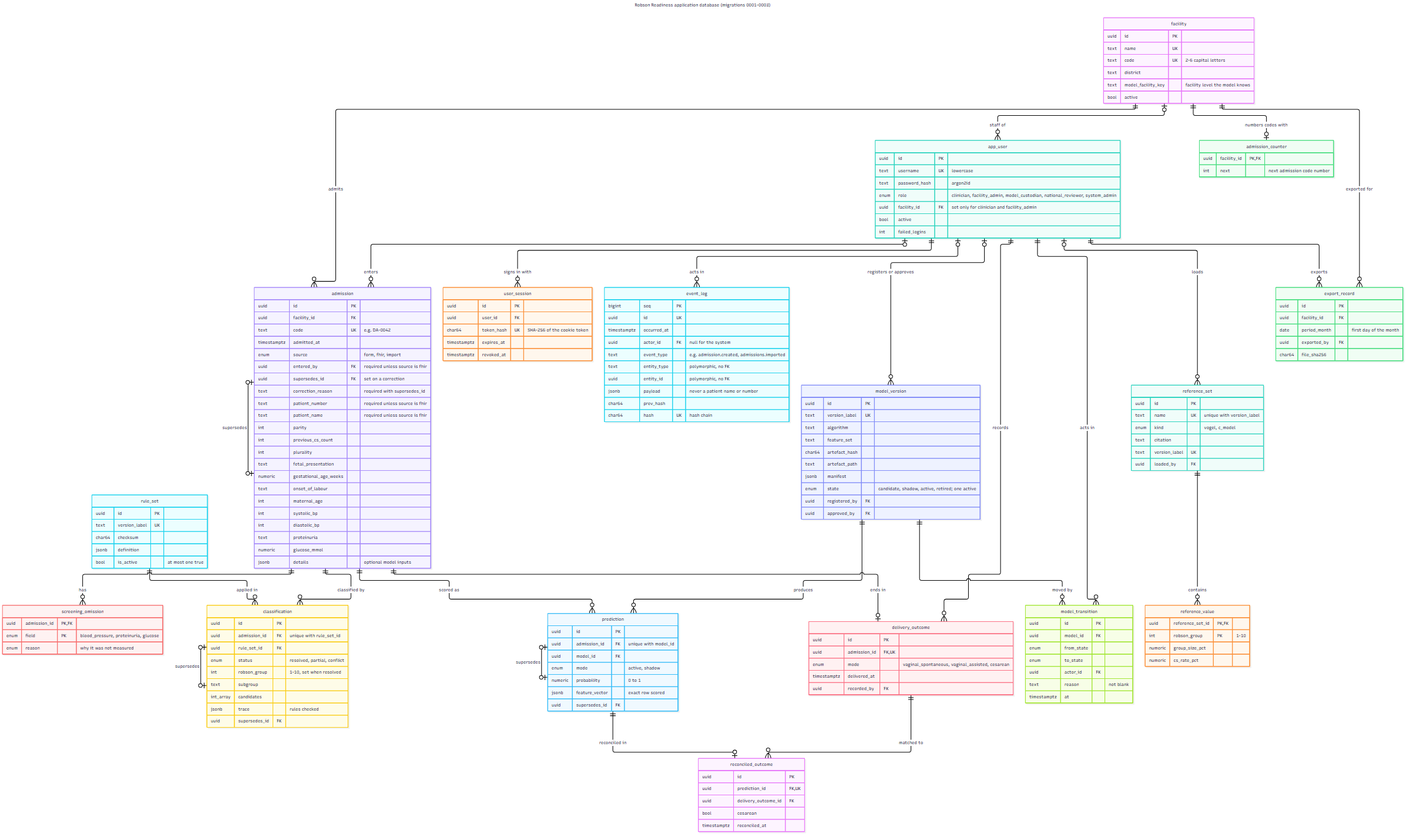
Before: docs/diagrams/erd.png, a diagram exported from Mermaid (icyeza/robby). Its source is kept beside it as docs/diagrams/erd.mmd.
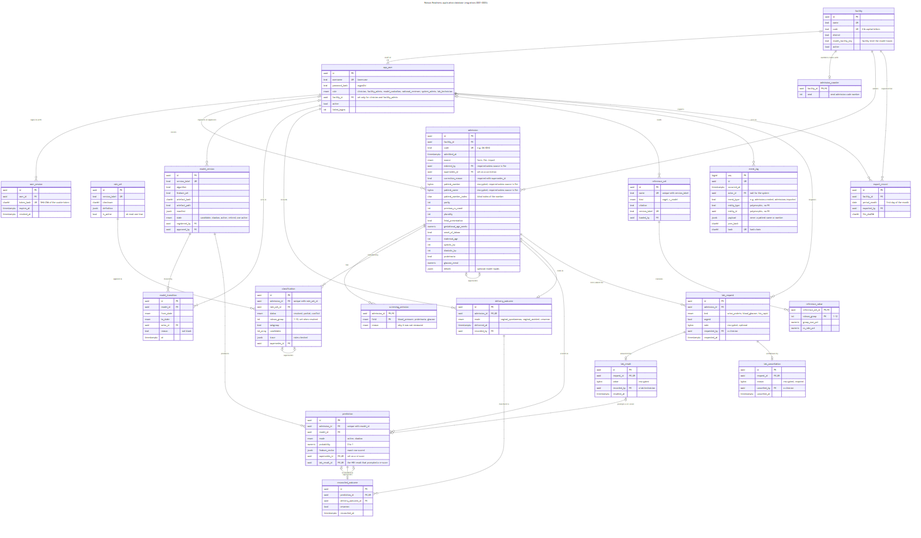
The same file after the commit.

Commit message:
docs: ERD with the lab request tables (migrations up to 0008)

The edit, as a diff of the source:
```diff
@@ -1,5 +1,5 @@
 ---
-title: Robson Readiness application database (migrations 0001-0003)
+title: Robson Readiness application database (migrations 0001-0008)
 ---
 erDiagram
     facility {
@@ -14,7 +14,7 @@
         uuid id PK
         text username UK "lowercase"
         text password_hash "argon2id"
-        enum role "clinician, facility_admin, model_custodian, national_reviewer, system_admin"
+        enum role "clinician, facility_admin, model_custodian, national_reviewer, system_admin, lab_technician"
         uuid facility_id FK "set only for clinician and facility_admin"
         bool active
         int failed_logins
@@ -46,8 +46,9 @@
         uuid entered_by FK "required unless source is fhir"
         uuid supersedes_id FK "set on a correction"
         text correction_reason "required with supersedes_id"
-        text patient_number "required unless source is fhir"
-        text patient_name "required unless source is fhir"
+        bytea patient_number "encrypted; required unless source is fhir"
+        bytea patient_name "encrypted; required unless source is fhir"
+        char patient_number_index "blind index of the number"
         int parity
         int previous_cs_count
         int plurality
@@ -105,7 +106,8 @@
         enum mode "active, shadow"
         numeric probability "0 to 1"
         jsonb feature_vector "exact row scored"
-        uuid supersedes_id FK
+        uuid supersedes_id FK, UK "set on a re-score"
+        uuid lab_result_id FK, UK "the HIV result that prompted a re-score"
     }
     delivery_outcome {
         uuid id PK
@@ -147,6 +149,29 @@
         char64 prev_hash
         char64 hash UK "hash chain"
     }
+    lab_request {
+        uuid id PK
+        uuid admission_id FK
+        enum test "urine_protein, blood_glucose, hiv_rapid"
+        bool urgent
+        bytea note "encrypted, optional"
+        uuid requested_by FK "a clinician"
+        timestamptz requested_at
+    }
+    lab_result {
+        uuid id PK
+        uuid request_id FK, UK
+        bytea value "encrypted"
+        uuid recorded_by FK "a lab technician"
+        timestamptz resulted_at
+    }
+    lab_cancellation {
+        uuid id PK
+        uuid request_id FK, UK
+        bytea reason "encrypted, required"
+        uuid cancelled_by FK "a clinician"
+        timestamptz cancelled_at
+    }
     export_record {
         uuid id PK
         uuid facility_id FK
@@ -178,5 +203,10 @@
     reference_set ||--o{ reference_value : "contains"
     app_user |o--o{ reference_set : "loads"
     app_user |o--o{ event_log : "acts in"
+    admission ||--o{ lab_request : "tests asked for"
+    lab_request ||--o| lab_result : "answered by"
+    lab_request ||--o| lab_cancellation : "withdrawn by"
+    lab_result |o--o| prediction : "prompts a re-score"
+    app_user ||--o{ lab_request : "requests"
     facility ||--o{ export_record : "exported for"
     app_user ||--o{ export_record : "exports"
```
